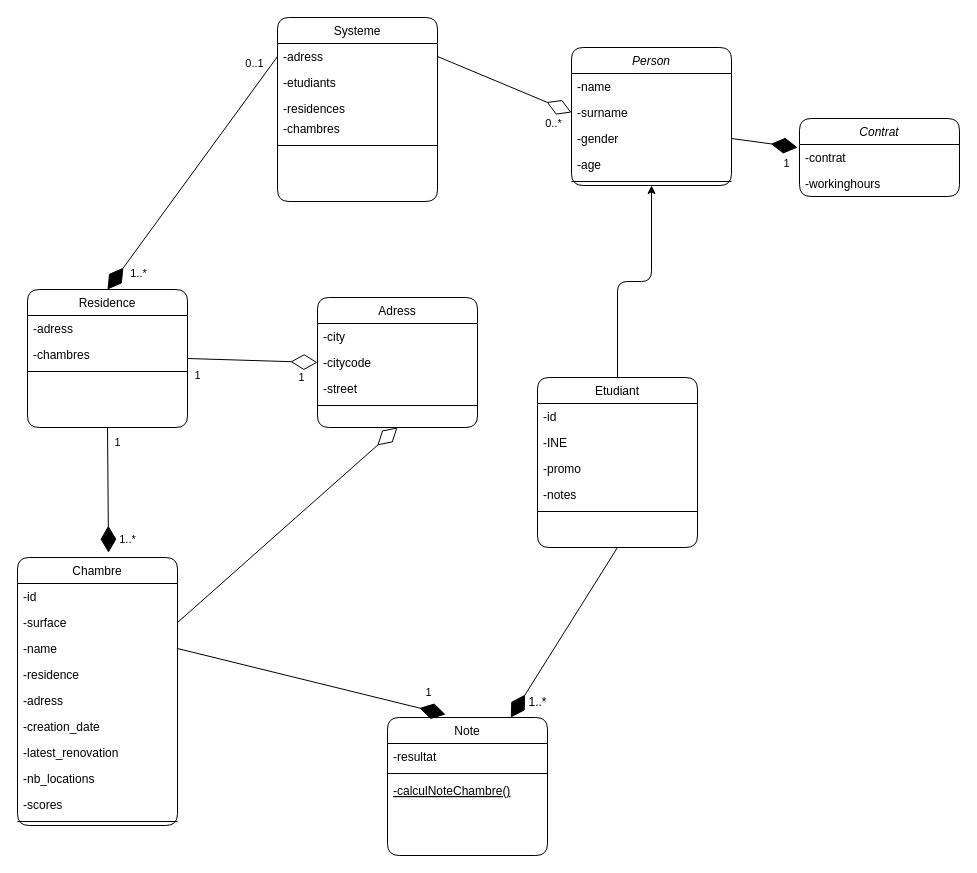
Earlier version of the draw.io diagram diagramme.drawio (bluntwise/LoterieChambres). Source tidied: cells renumbered, new cells numbered last; positions are measured from the earlier drawing's top-left corner, leaving out a move shared by most shapes. Both pictures are drawn from the tidied source at 100%, with x=0, y=0 at pixel (17, 17).
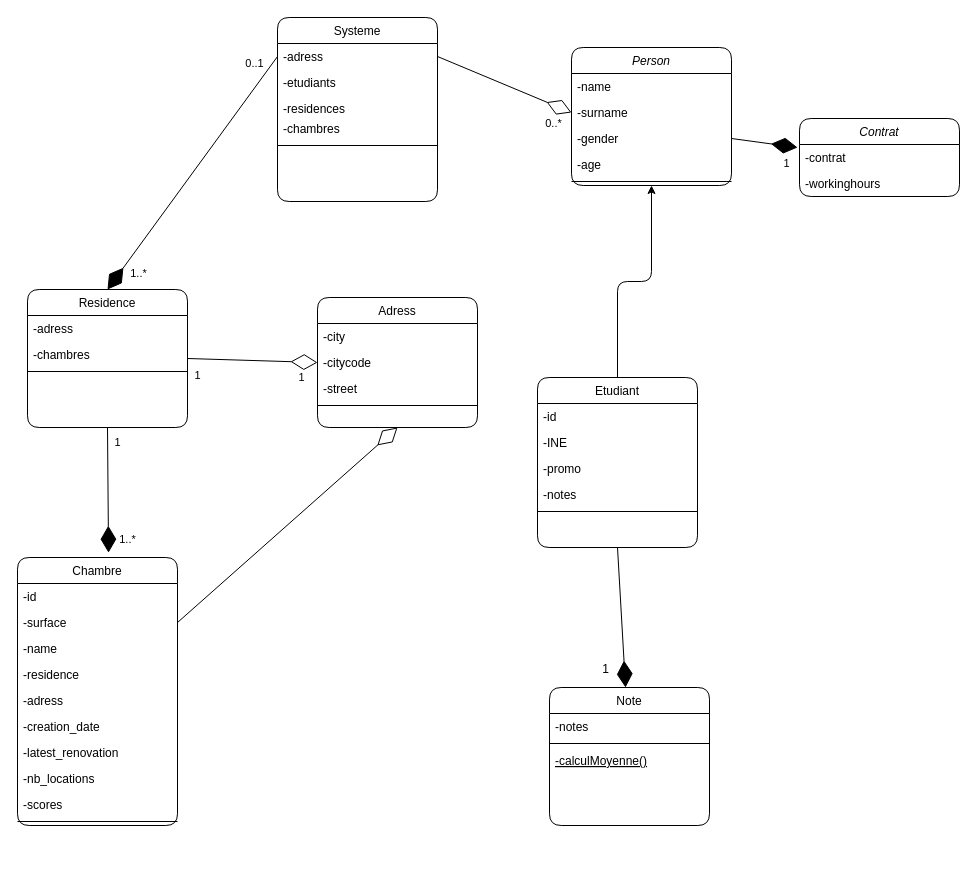
Above is the later version.

The change refers to these unchanged cells:
```xml
<mxCell id="16" value="-name" style="text;align=left;verticalAlign=top;spacingLeft=4;spacingRight=4;overflow=hidden;points=[[0,0.5],[1,0.5]];portConstraint=eastwest;rounded=1;" parent="13" vertex="1">
  <mxGeometry y="78" width="160" height="26" as="geometry" />
</mxCell>
```

What changed in the source:
```diff
@@
     <mxCell id="8" value="Note" style="swimlane;fontStyle=0;align=center;verticalAlign=top;horizontal=1;startSize=26;rounded=1;shadow=0;strokeWidth=1;" parent="1" vertex="1">
-      <mxGeometry x="370" y="700" width="160" height="138" as="geometry" />
+      <mxGeometry x="532" y="670" width="160" height="138" as="geometry" />
     </mxCell>
-    <mxCell id="9" value="-resultat " style="text;align=left;verticalAlign=top;spacingLeft=4;spacingRight=4;overflow=hidden;rounded=1;" parent="8" vertex="1">
+    <mxCell id="9" value="-notes" style="text;align=left;verticalAlign=top;spacingLeft=4;spacingRight=4;overflow=hidden;rounded=1;" parent="8" vertex="1">
       <mxGeometry y="26" width="160" height="26" as="geometry" />
     </mxCell>
@@
-    <mxCell id="11" value="-calculNoteChambre()&#10;" style="text;align=left;verticalAlign=top;spacingLeft=4;spacingRight=4;overflow=hidden;fontStyle=4;rounded=1;" parent="8" vertex="1">
+    <mxCell id="11" value="-calculMoyenne()&#10;" style="text;align=left;verticalAlign=top;spacingLeft=4;spacingRight=4;overflow=hidden;fontStyle=4;rounded=1;" parent="8" vertex="1">
       <mxGeometry y="60" width="160" height="26" as="geometry" />
     </mxCell>
@@
-    <mxCell id="57" style="endArrow=diamondThin;endFill=1;endSize=24;html=1;rounded=1;exitX=1;exitY=0.5;exitDx=0;exitDy=0;entryX=0.363;entryY=-0.022;entryDx=0;entryDy=0;entryPerimeter=0;" parent="1" edge="1" source="16" target="8">
-      <mxGeometry relative="1" as="geometry" />
-    </mxCell>
-    <mxCell id="58" value="1" style="edgeLabel;html=1;align=center;verticalAlign=middle;rounded=1;" parent="57" vertex="1">
-      <mxGeometry x="0.83" y="-1" relative="1" as="geometry">
-        <mxPoint x="5" y="-18" as="offset" />
-      </mxGeometry>
-    </mxCell>
@@
-    <mxCell id="66" value="1..*" style="text;html=1;align=center;verticalAlign=middle;strokeColor=none;fillColor=none;rounded=1;" parent="1" vertex="1">
-      <mxGeometry x="500" y="670" width="40" height="30" as="geometry" />
+    <mxCell id="66" value="1" style="text;html=1;align=center;verticalAlign=middle;strokeColor=none;fillColor=none;rounded=1;" parent="1" vertex="1">
+      <mxGeometry x="575" y="639" width="25" height="26" as="geometry" />
     </mxCell>
```
